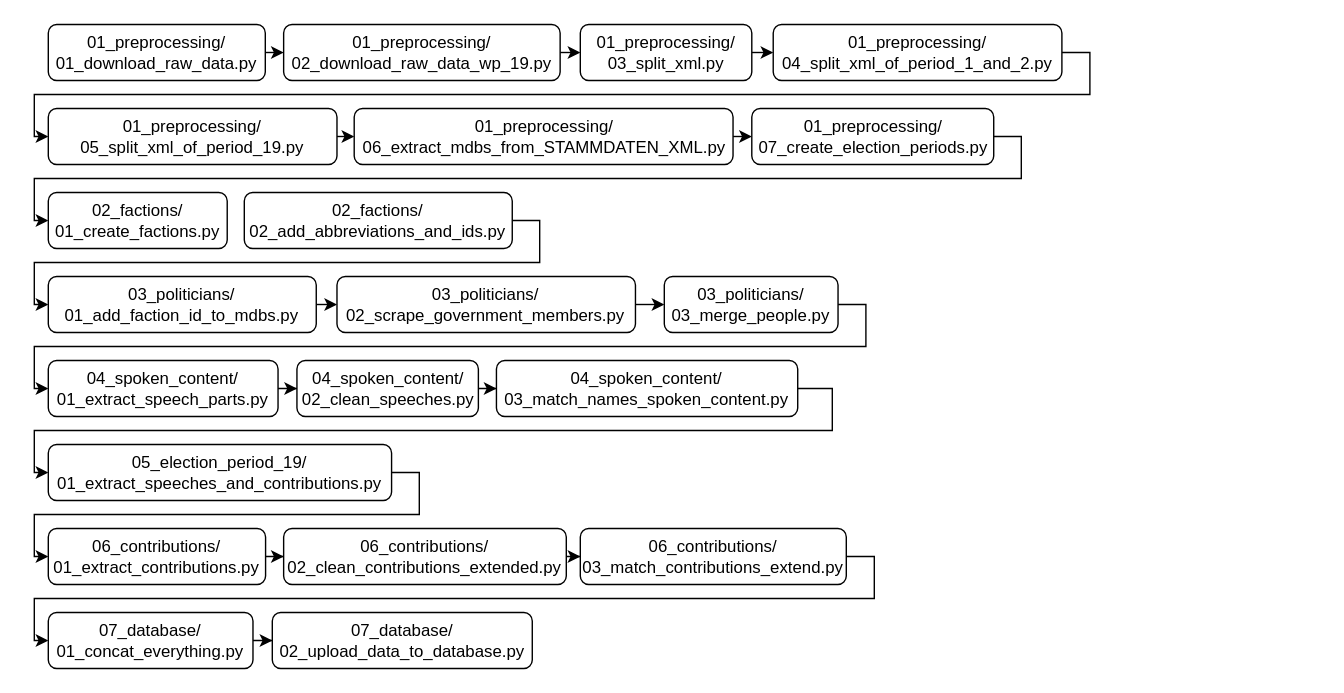
Before: data/open_discourse/src/ExecutionGraph.drawio in committopush/Thesis, a draw.io diagram. Source tidied: cells renumbered, new cells numbered last; positions are measured from the earlier drawing's top-left corner, leaving out a move shared by most shapes. Both pictures are drawn from the tidied source at 140%, with x=0, y=0 at pixel (34, 24).
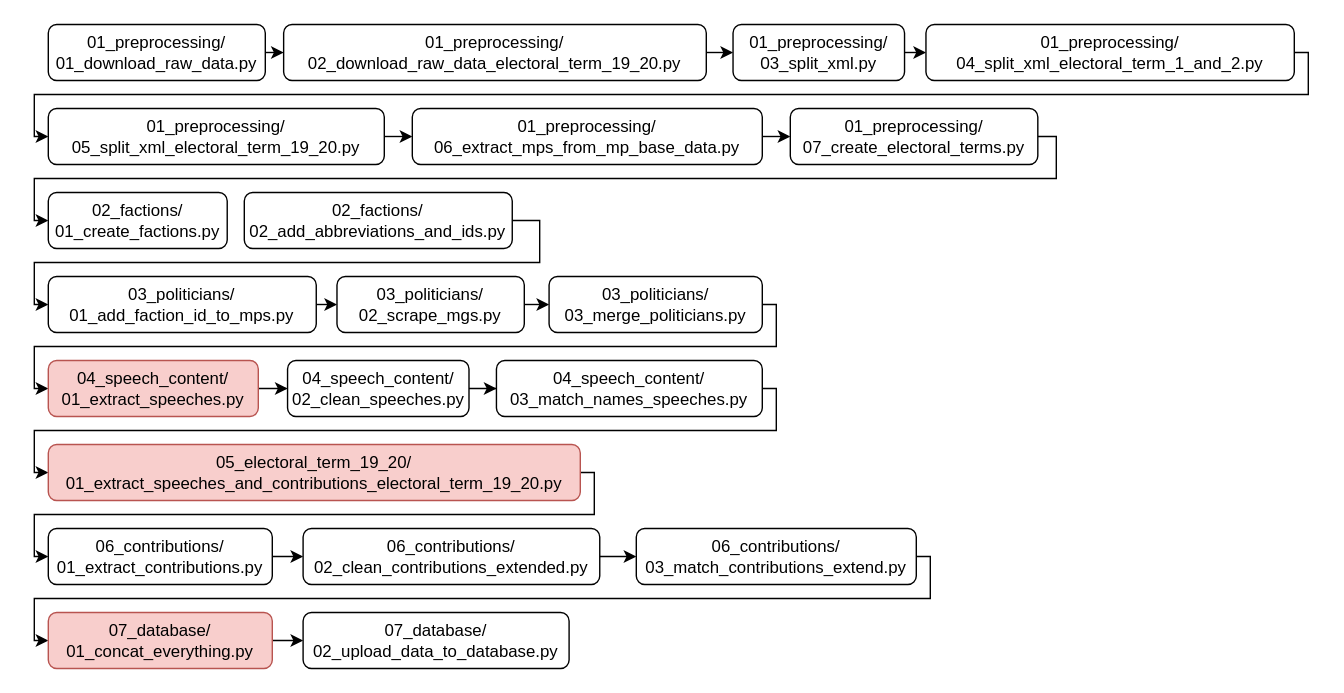
Above is the later version.

Commit message (it also covers changes not shown here):
Execution Graph

Unchanged cells that the change refers to:
```xml
<mxCell id="16" value="02_factions/&lt;br&gt;01_create_factions.py" style="rounded=1;whiteSpace=wrap;html=1;" parent="1" vertex="1">
  <mxGeometry x="10" y="120" width="127.8" height="40" as="geometry" />
</mxCell>
```

What changed in the source:
```diff
@@
-    <mxCell id="5" value="01_preprocessing/&lt;br&gt;02_download_raw_data_wp_19.py" style="rounded=1;whiteSpace=wrap;html=1;" parent="1" vertex="1">
-      <mxGeometry x="178.1" width="197.5" height="40" as="geometry" />
+    <mxCell id="5" value="01_preprocessing/&lt;br&gt;02_download_raw_data_electoral_term_19_20.py" style="rounded=1;whiteSpace=wrap;html=1;" parent="1" vertex="1">
+      <mxGeometry x="178.1" width="301.9" height="40" as="geometry" />
     </mxCell>
@@
     <mxCell id="7" value="01_preprocessing/&lt;br&gt;03_split_xml.py" style="rounded=1;whiteSpace=wrap;html=1;" parent="1" vertex="1">
-      <mxGeometry x="390" width="122.5" height="40" as="geometry" />
+      <mxGeometry x="499.1" width="122.5" height="40" as="geometry" />
     </mxCell>
     <mxCell id="8" style="edgeStyle=orthogonalEdgeStyle;rounded=0;jettySize=auto;html=1;exitX=1;exitY=0.5;exitDx=0;exitDy=0;entryX=0;entryY=0.5;entryDx=0;entryDy=0;" parent="1" edge="1" source="9" target="11">
       <mxGeometry relative="1" as="geometry">
         <Array as="points">
-          <mxPoint x="754" y="20" />
-          <mxPoint x="754" y="50" />
+          <mxPoint x="910" y="20" />
+          <mxPoint x="910" y="50" />
           <mxPoint y="50" />
           <mxPoint y="80" />
         </Array>
       </mxGeometry>
     </mxCell>
-    <mxCell id="9" value="01_preprocessing/&lt;br&gt;04_split_xml_of_period_1_and_2.py" style="rounded=1;whiteSpace=wrap;html=1;" parent="1" vertex="1">
-      <mxGeometry x="527.8" width="206.2" height="40" as="geometry" />
+    <mxCell id="9" value="01_preprocessing/&lt;br&gt;04_split_xml_electoral_term_1_and_2.py" style="rounded=1;whiteSpace=wrap;html=1;" parent="1" vertex="1">
+      <mxGeometry x="636.9" width="263.1" height="40" as="geometry" />
     </mxCell>
@@
-    <mxCell id="11" value="01_preprocessing/&lt;br&gt;05_split_xml_of_period_19.py" style="rounded=1;whiteSpace=wrap;html=1;" parent="1" vertex="1">
-      <mxGeometry x="10" y="60" width="206.2" height="40" as="geometry" />
+    <mxCell id="11" value="01_preprocessing/&lt;br&gt;05_split_xml_electoral_term_19_20.py" style="rounded=1;whiteSpace=wrap;html=1;" parent="1" vertex="1">
+      <mxGeometry x="10" y="60" width="240" height="40" as="geometry" />
     </mxCell>
@@
-    <mxCell id="13" value="01_preprocessing/&lt;br&gt;06_extract_mdbs_from_STAMMDATEN_XML.py" style="rounded=1;whiteSpace=wrap;html=1;" parent="1" vertex="1">
-      <mxGeometry x="228.5" y="60" width="270.6" height="40" as="geometry" />
+    <mxCell id="13" value="01_preprocessing/&lt;br&gt;06_extract_mps_from_mp_base_data.py" style="rounded=1;whiteSpace=wrap;html=1;" parent="1" vertex="1">
+      <mxGeometry x="270" y="60" width="250" height="40" as="geometry" />
     </mxCell>
     <mxCell id="14" style="edgeStyle=orthogonalEdgeStyle;rounded=0;jettySize=auto;html=1;exitX=1;exitY=0.5;exitDx=0;exitDy=0;entryX=0;entryY=0.5;entryDx=0;entryDy=0;" parent="1" edge="1" source="15" target="16">
       <mxGeometry relative="1" as="geometry">
         <Array as="points">
-          <mxPoint x="705" y="80" />
-          <mxPoint x="705" y="110" />
+          <mxPoint x="730" y="80" />
+          <mxPoint x="730" y="110" />
           <mxPoint y="110" />
           <mxPoint y="140" />
         </Array>
       </mxGeometry>
     </mxCell>
-    <mxCell id="15" value="01_preprocessing/&lt;br&gt;07_create_election_periods.py" style="rounded=1;whiteSpace=wrap;html=1;" parent="1" vertex="1">
-      <mxGeometry x="512.5" y="60" width="172.8" height="40" as="geometry" />
+    <mxCell id="15" value="01_preprocessing/&lt;br&gt;07_create_electoral_terms.py" style="rounded=1;whiteSpace=wrap;html=1;" parent="1" vertex="1">
+      <mxGeometry x="540" y="60" width="176.8" height="40" as="geometry" />
     </mxCell>
@@
-    <mxCell id="20" value="03_politicians/&lt;br&gt;01_add_faction_id_to_mdbs.py" style="rounded=1;whiteSpace=wrap;html=1;" parent="1" vertex="1">
+    <mxCell id="20" value="03_politicians/&lt;br&gt;01_add_faction_id_to_mps.py" style="rounded=1;whiteSpace=wrap;html=1;" parent="1" vertex="1">
       <mxGeometry x="10" y="180" width="191.4" height="40" as="geometry" />
     </mxCell>
@@
-    <mxCell id="22" value="03_politicians/&lt;br&gt;02_scrape_government_members.py" style="rounded=1;whiteSpace=wrap;html=1;" parent="1" vertex="1">
-      <mxGeometry x="216.2" y="180" width="213.2" height="40" as="geometry" />
+    <mxCell id="22" value="03_politicians/&lt;br&gt;02_scrape_mgs.py" style="rounded=1;whiteSpace=wrap;html=1;" parent="1" vertex="1">
+      <mxGeometry x="216.2" y="180" width="133.8" height="40" as="geometry" />
     </mxCell>
     <mxCell id="23" style="edgeStyle=orthogonalEdgeStyle;rounded=0;jettySize=auto;html=1;exitX=1;exitY=0.5;exitDx=0;exitDy=0;entryX=0;entryY=0.5;entryDx=0;entryDy=0;" parent="1" edge="1" source="24" target="26">
       <mxGeometry relative="1" as="geometry">
         <Array as="points">
-          <mxPoint x="594" y="200" />
-          <mxPoint x="594" y="230" />
+          <mxPoint x="530" y="200" />
+          <mxPoint x="530" y="230" />
           <mxPoint y="230" />
           <mxPoint y="260" />
         </Array>
       </mxGeometry>
     </mxCell>
-    <mxCell id="24" value="03_politicians/&lt;br&gt;03_merge_people.py" style="rounded=1;whiteSpace=wrap;html=1;" parent="1" vertex="1">
-      <mxGeometry x="450" y="180" width="124.1" height="40" as="geometry" />
+    <mxCell id="24" value="03_politicians/&lt;br&gt;03_merge_politicians.py" style="rounded=1;whiteSpace=wrap;html=1;" parent="1" vertex="1">
+      <mxGeometry x="367.7" y="180" width="152.3" height="40" as="geometry" />
     </mxCell>
@@
-    <mxCell id="26" value="04_spoken_content/&lt;br&gt;01_extract_speech_parts.py" style="rounded=1;whiteSpace=wrap;html=1;" parent="1" vertex="1">
-      <mxGeometry x="10" y="240" width="164.1" height="40" as="geometry" />
+    <mxCell id="26" value="04_speech_content/&lt;br&gt;01_extract_speeches.py" style="rounded=1;whiteSpace=wrap;html=1;fillColor=#f8cecc;strokeColor=#b85450;" parent="1" vertex="1">
+      <mxGeometry x="10" y="240" width="150" height="40" as="geometry" />
     </mxCell>
@@
-    <mxCell id="28" value="04_spoken_content/&lt;br&gt;02_clean_speeches.py" style="rounded=1;whiteSpace=wrap;html=1;" parent="1" vertex="1">
-      <mxGeometry x="187.6" y="240" width="129.6" height="40" as="geometry" />
+    <mxCell id="28" value="04_speech_content/&lt;br&gt;02_clean_speeches.py" style="rounded=1;whiteSpace=wrap;html=1;" parent="1" vertex="1">
+      <mxGeometry x="180.9" y="240" width="129.6" height="40" as="geometry" />
     </mxCell>
     <mxCell id="29" style="edgeStyle=orthogonalEdgeStyle;rounded=0;jettySize=auto;html=1;exitX=1;exitY=0.5;exitDx=0;exitDy=0;entryX=0;entryY=0.5;entryDx=0;entryDy=0;" parent="1" edge="1" source="30" target="32">
       <mxGeometry relative="1" as="geometry">
         <Array as="points">
-          <mxPoint x="570" y="260" />
-          <mxPoint x="570" y="290" />
+          <mxPoint x="530" y="260" />
+          <mxPoint x="530" y="290" />
           <mxPoint y="290" />
           <mxPoint y="320" />
         </Array>
       </mxGeometry>
     </mxCell>
-    <mxCell id="30" value="04_spoken_content/&lt;br&gt;03_match_names_spoken_content.py" style="rounded=1;whiteSpace=wrap;html=1;" parent="1" vertex="1">
-      <mxGeometry x="330.1" y="240" width="215.2" height="40" as="geometry" />
+    <mxCell id="30" value="04_speech_content/&lt;br&gt;03_match_names_speeches.py" style="rounded=1;whiteSpace=wrap;html=1;" parent="1" vertex="1">
+      <mxGeometry x="330.1" y="240" width="189.9" height="40" as="geometry" />
     </mxCell>
     <mxCell id="31" style="edgeStyle=orthogonalEdgeStyle;rounded=0;jettySize=auto;html=1;exitX=1;exitY=0.5;exitDx=0;exitDy=0;entryX=0;entryY=0.5;entryDx=0;entryDy=0;" parent="1" edge="1" source="32" target="34">
       <mxGeometry relative="1" as="geometry">
         <Array as="points">
-          <mxPoint x="275" y="320" />
-          <mxPoint x="275" y="350" />
+          <mxPoint x="400" y="320" />
+          <mxPoint x="400" y="350" />
           <mxPoint y="350" />
           <mxPoint y="380" />
         </Array>
       </mxGeometry>
     </mxCell>
-    <mxCell id="32" value="05_election_period_19/&lt;br&gt;01_extract_speeches_and_contributions.py" style="rounded=1;whiteSpace=wrap;html=1;" parent="1" vertex="1">
-      <mxGeometry x="10" y="300" width="245.2" height="40" as="geometry" />
+    <mxCell id="32" value="05_electoral_term_19_20/&lt;br&gt;01_extract_speeches_and_contributions_electoral_term_19_20.py" style="rounded=1;whiteSpace=wrap;html=1;fillColor=#f8cecc;strokeColor=#b85450;" parent="1" vertex="1">
+      <mxGeometry x="10" y="300" width="380" height="40" as="geometry" />
     </mxCell>
@@
     <mxCell id="34" value="06_contributions/&lt;br&gt;01_extract_contributions.py" style="rounded=1;whiteSpace=wrap;html=1;" parent="1" vertex="1">
-      <mxGeometry x="10" y="360" width="155.2" height="40" as="geometry" />
+      <mxGeometry x="10" y="360" width="160" height="40" as="geometry" />
     </mxCell>
@@
     <mxCell id="36" value="06_contributions/&lt;br&gt;02_clean_contributions_extended.py" style="rounded=1;whiteSpace=wrap;html=1;" parent="1" vertex="1">
-      <mxGeometry x="178.1" y="360" width="201.9" height="40" as="geometry" />
+      <mxGeometry x="192" y="360" width="211.9" height="40" as="geometry" />
     </mxCell>
     <mxCell id="37" style="edgeStyle=orthogonalEdgeStyle;rounded=0;jettySize=auto;html=1;exitX=1;exitY=0.5;exitDx=0;exitDy=0;entryX=0;entryY=0.5;entryDx=0;entryDy=0;" parent="1" edge="1" source="38" target="40">
       <mxGeometry relative="1" as="geometry">
         <Array as="points">
-          <mxPoint x="600" y="380" />
-          <mxPoint x="600" y="410" />
+          <mxPoint x="640" y="380" />
+          <mxPoint x="640" y="410" />
           <mxPoint y="410" />
           <mxPoint y="440" />
         </Array>
       </mxGeometry>
     </mxCell>
     <mxCell id="38" value="06_contributions/&lt;br&gt;03_match_contributions_extend.py" style="rounded=1;whiteSpace=wrap;html=1;" parent="1" vertex="1">
-      <mxGeometry x="390" y="360" width="190" height="40" as="geometry" />
+      <mxGeometry x="430" y="360" width="200" height="40" as="geometry" />
     </mxCell>
@@
-    <mxCell id="40" value="07_database/&lt;br&gt;01_concat_everything.py" style="rounded=1;whiteSpace=wrap;html=1;" parent="1" vertex="1">
-      <mxGeometry x="10" y="420" width="146.2" height="40" as="geometry" />
+    <mxCell id="40" value="07_database/&lt;br&gt;01_concat_everything.py" style="rounded=1;whiteSpace=wrap;html=1;fillColor=#f8cecc;strokeColor=#b85450;" parent="1" vertex="1">
+      <mxGeometry x="10" y="420" width="160" height="40" as="geometry" />
     </mxCell>
     <mxCell id="41" value="07_database/&lt;br&gt;02_upload_data_to_database.py" style="rounded=1;whiteSpace=wrap;html=1;" parent="1" vertex="1">
-      <mxGeometry x="170" y="420" width="185.7" height="40" as="geometry" />
+      <mxGeometry x="192" y="420" width="190" height="40" as="geometry" />
     </mxCell>
```
